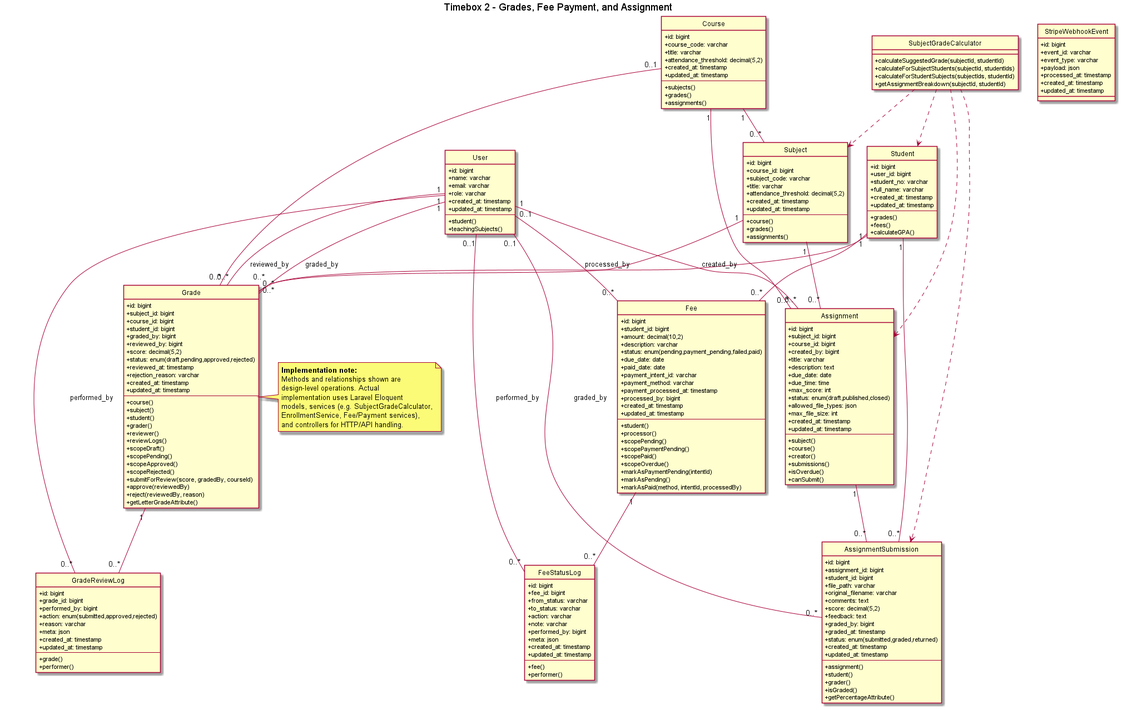
This is out/class_diagram/Timebox2_Class/Timebox2_Class.png from KyawMyoHtay1/academic-portal, a PlantUML export, as it was before one commit. Source of this version:
```plantuml
@startuml Timebox2_Class
hide circle
skinparam classAttributeIconSize 0
title Timebox 2 - Grades, Fee Payment, and Assignment

note right of Grade
  **Implementation note:**
  Methods and relationships shown are
  design-level operations. Actual
  implementation uses Laravel Eloquent
  models, services (e.g. SubjectGradeCalculator,
  EnrollmentService, Fee/Payment services),
  and controllers for HTTP/API handling.
end note

class User {
  +id: bigint
  +name: varchar
  +email: varchar
  +role: varchar
  +created_at: timestamp
  +updated_at: timestamp
  --
  +student()
  +teachingSubjects()
}

class Student {
  +id: bigint
  +user_id: bigint
  +student_no: varchar
  +full_name: varchar
  +created_at: timestamp
  +updated_at: timestamp
  --
  +grades()
  +fees()
  +calculateGPA()
}

class Course {
  +id: bigint
  +course_code: varchar
  +title: varchar
  +attendance_threshold: decimal(5,2)
  +created_at: timestamp
  +updated_at: timestamp
  --
  +subjects()
  +grades()
  +assignments()
}

class Subject {
  +id: bigint
  +course_id: bigint
  +subject_code: varchar
  +title: varchar
  +attendance_threshold: decimal(5,2)
  +created_at: timestamp
  +updated_at: timestamp
  --
  +course()
  +grades()
  +assignments()
}

class Grade {
  +id: bigint
  +subject_id: bigint
  +course_id: bigint
  +student_id: bigint
  +graded_by: bigint
  +reviewed_by: bigint
  +score: decimal(5,2)
  +status: enum(draft,pending,approved,rejected)
  +reviewed_at: timestamp
  +rejection_reason: varchar
  +created_at: timestamp
  +updated_at: timestamp
  --
  +course()
  +subject()
  +student()
  +grader()
  +reviewer()
  +reviewLogs()
  +scopeDraft()
  +scopePending()
  +scopeApproved()
  +scopeRejected()
  +submitForReview(score, gradedBy, courseId)
  +approve(reviewedBy)
  +reject(reviewedBy, reason)
  +getLetterGradeAttribute()
}

class GradeReviewLog {
  +id: bigint
  +grade_id: bigint
  +performed_by: bigint
  +action: enum(submitted,approved,rejected)
  +reason: varchar
  +meta: json
  +created_at: timestamp
  +updated_at: timestamp
  --
  +grade()
  +performer()
}

class Fee {
  +id: bigint
  +student_id: bigint
  +amount: decimal(10,2)
  +description: varchar
  +status: enum(pending,payment_pending,failed,paid)
  +due_date: date
  +paid_date: date
  +payment_intent_id: varchar
  +payment_method: varchar
  +payment_processed_at: timestamp
  +processed_by: bigint
  +created_at: timestamp
  +updated_at: timestamp
  --
  +student()
  +processor()
  +scopePending()
  +scopePaymentPending()
  +scopePaid()
  +scopeOverdue()
  +markAsPaymentPending(intentId)
  +markAsPending()
  +markAsPaid(method, intentId, processedBy)
}

class Assignment {
  +id: bigint
  +subject_id: bigint
  +course_id: bigint
  +created_by: bigint
  +title: varchar
  +description: text
  +due_date: date
  +due_time: time
  +max_score: int
  +status: enum(draft,published,closed)
  +allowed_file_types: json
  +max_file_size: int
  +created_at: timestamp
  +updated_at: timestamp
  --
  +subject()
  +course()
  +creator()
  +submissions()
  +isOverdue()
  +canSubmit()
}

class AssignmentSubmission {
  +id: bigint
  +assignment_id: bigint
  +student_id: bigint
  +file_path: varchar
  +original_filename: varchar
  +comments: text
  +score: decimal(5,2)
  +feedback: text
  +graded_by: bigint
  +graded_at: timestamp
  +status: enum(submitted,graded,returned)
  +created_at: timestamp
  +updated_at: timestamp
  --
  +assignment()
  +student()
  +grader()
  +isGraded()
  +getPercentageAttribute()
}

class SubjectGradeCalculator {
  +calculateSuggestedGrade(subjectId, studentId)
  +calculateForSubjectStudents(subjectId, studentIds)
  +calculateForStudentSubjects(subjectIds, studentId)
  +getAssignmentBreakdown(subjectId, studentId)
}

class StripeWebhookEvent {
  +id: bigint
  +event_id: varchar
  +event_type: varchar
  +payload: json
  +processed_at: timestamp
  +created_at: timestamp
  +updated_at: timestamp
}

class FeeStatusLog {
  +id: bigint
  +fee_id: bigint
  +from_status: varchar
  +to_status: varchar
  +action: varchar
  +note: varchar
  +performed_by: bigint
  +meta: json
  +created_at: timestamp
  +updated_at: timestamp
  --
  +fee()
  +performer()
}

Course  "1" -- "0..*" Subject
Subject "1" -- "0..*" Grade
Course  "0..1" -- "0..*" Grade
Student "1" -- "0..*" Grade
User    "1" -- "0..*" Grade : graded_by
User    "1" -- "0..*" Grade : reviewed_by
Grade   "1" -- "0..*" GradeReviewLog
User    "1" -- "0..*" GradeReviewLog : performed_by

Student "1" -- "0..*" Fee
User    "0..1" -- "0..*" Fee : processed_by
Fee     "1" -- "0..*" FeeStatusLog
User    "0..1" -- "0..*" FeeStatusLog : performed_by

Subject "1" -- "0..*" Assignment
Course  "1" -- "0..*" Assignment
User    "1" -- "0..*" Assignment : created_by
Assignment "1" -- "0..*" AssignmentSubmission
Student    "1" -- "0..*" AssignmentSubmission
User       "0..1" -- "0..*" AssignmentSubmission : graded_by

SubjectGradeCalculator ..> Assignment
SubjectGradeCalculator ..> AssignmentSubmission
SubjectGradeCalculator ..> Subject
SubjectGradeCalculator ..> Student

@enduml
```
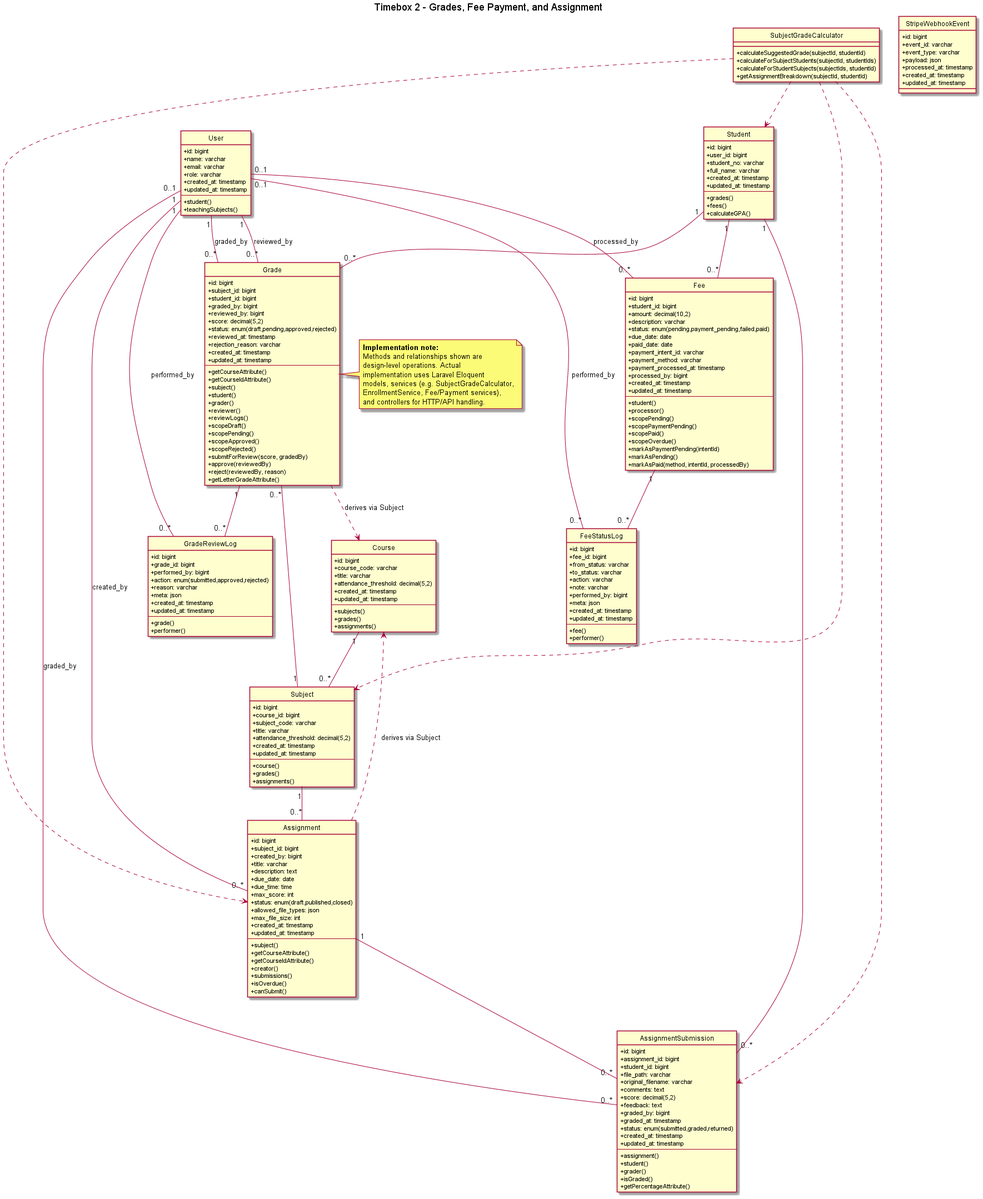
Later version of the same file.

Commit message:
Update class diagrams for Timebox2, replacing existing PNG files with new versions to reflect recent changes in the model structure and relationships.

The edit, as a diff of the source:
```diff
@@ -68,7 +68,6 @@
 class Grade {
   +id: bigint
   +subject_id: bigint
-  +course_id: bigint
   +student_id: bigint
   +graded_by: bigint
   +reviewed_by: bigint
@@ -79,7 +78,8 @@
   +created_at: timestamp
   +updated_at: timestamp
   --
-  +course()
+  +getCourseAttribute()
+  +getCourseIdAttribute()
   +subject()
   +student()
   +grader()
@@ -89,7 +89,7 @@
   +scopePending()
   +scopeApproved()
   +scopeRejected()
-  +submitForReview(score, gradedBy, courseId)
+  +submitForReview(score, gradedBy)
   +approve(reviewedBy)
   +reject(reviewedBy, reason)
   +getLetterGradeAttribute()
@@ -138,7 +138,6 @@
 class Assignment {
   +id: bigint
   +subject_id: bigint
-  +course_id: bigint
   +created_by: bigint
   +title: varchar
   +description: text
@@ -152,7 +151,8 @@
   +updated_at: timestamp
   --
   +subject()
-  +course()
+  +getCourseAttribute()
+  +getCourseIdAttribute()
   +creator()
   +submissions()
   +isOverdue()
@@ -216,12 +216,12 @@
 
 Course  "1" -- "0..*" Subject
 Subject "1" -- "0..*" Grade
-Course  "0..1" -- "0..*" Grade
 Student "1" -- "0..*" Grade
 User    "1" -- "0..*" Grade : graded_by
 User    "1" -- "0..*" Grade : reviewed_by
 Grade   "1" -- "0..*" GradeReviewLog
 User    "1" -- "0..*" GradeReviewLog : performed_by
+Grade ..> Course : derives via Subject
 
 Student "1" -- "0..*" Fee
 User    "0..1" -- "0..*" Fee : processed_by
@@ -229,11 +229,11 @@
 User    "0..1" -- "0..*" FeeStatusLog : performed_by
 
 Subject "1" -- "0..*" Assignment
-Course  "1" -- "0..*" Assignment
 User    "1" -- "0..*" Assignment : created_by
 Assignment "1" -- "0..*" AssignmentSubmission
 Student    "1" -- "0..*" AssignmentSubmission
 User       "0..1" -- "0..*" AssignmentSubmission : graded_by
+Assignment ..> Course : derives via Subject
 
 SubjectGradeCalculator ..> Assignment
 SubjectGradeCalculator ..> AssignmentSubmission
```
